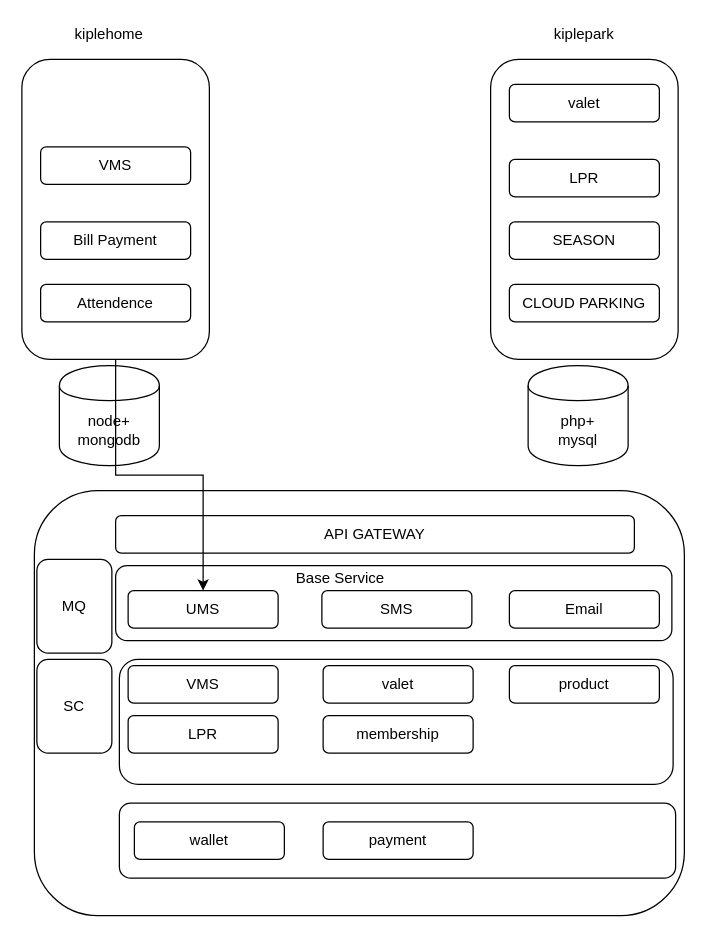
The draw.io diagram page "第 1 页" (1 of 2) of kipledoc.drawio in sevenDay2014/dtk, before the edit. Source tidied: cells renumbered, new cells numbered last; positions are measured from the earlier drawing's top-left corner, leaving out a move shared by most shapes. Both pictures are drawn from the tidied source at 125%, with x=0, y=0 at pixel (21, 21).
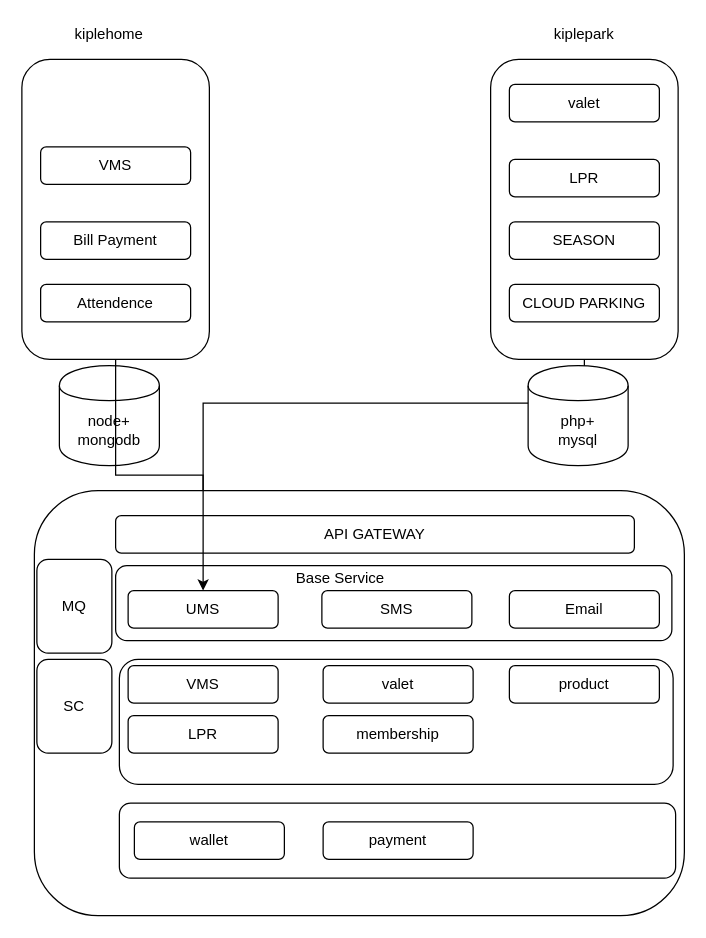
The same diagram, later.

The change refers to these unchanged cells:
```xml
<mxCell id="3" style="rounded=1;whiteSpace=wrap;html=1;" parent="1" vertex="1">
  <mxGeometry x="375" y="30" width="150" height="240" as="geometry" />
</mxCell>
<mxCell id="16" value="UMS" style="rounded=1;whiteSpace=wrap;html=1;" parent="1" vertex="1">
  <mxGeometry x="85" y="455" width="120" height="30" as="geometry" />
</mxCell>
```

What changed in the source:
```diff
@@
+    <mxCell id="34" style="edgeStyle=orthogonalEdgeStyle;rounded=0;jettySize=auto;html=1;" parent="1" edge="1" source="3" target="16">
+      <mxGeometry relative="1" as="geometry">
+        <Array as="points">
+          <mxPoint x="450" y="305" />
+          <mxPoint x="145" y="305" />
+        </Array>
+      </mxGeometry>
+    </mxCell>
```
